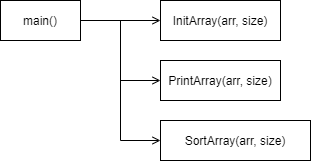
fhctyw/Lab6.3 keeps this draw.io diagram as Lab6.3.1/sturecture.png. Above is the earlier version. Source tidied: cells renumbered, new cells last; positions are measured from the earlier drawing's top-left corner, leaving out a move shared by most shapes. Its diagram source:
```xml
<mxGraphModel>
  <root>
    <mxCell id="0" />
    <mxCell id="1" parent="0" />
    <mxCell id="2" style="edgeStyle=orthogonalEdgeStyle;rounded=0;jettySize=auto;html=1;endArrow=open;endFill=0;" parent="1" edge="1" source="5" target="6">
      <mxGeometry relative="1" as="geometry" />
    </mxCell>
    <mxCell id="3" style="edgeStyle=orthogonalEdgeStyle;rounded=0;jettySize=auto;html=1;entryX=0;entryY=0.5;entryDx=0;entryDy=0;endArrow=open;endFill=0;" parent="1" edge="1" source="5" target="7">
      <mxGeometry relative="1" as="geometry" />
    </mxCell>
    <mxCell id="4" style="edgeStyle=orthogonalEdgeStyle;rounded=0;jettySize=auto;html=1;entryX=0;entryY=0.5;entryDx=0;entryDy=0;endArrow=open;endFill=0;" parent="1" edge="1" source="5" target="8">
      <mxGeometry relative="1" as="geometry" />
    </mxCell>
    <mxCell id="5" value="main()" style="rounded=0;whiteSpace=wrap;html=1;" parent="1" vertex="1">
      <mxGeometry width="80" height="40" as="geometry" />
    </mxCell>
    <mxCell id="6" value="InitArray(arr, size)" style="rounded=0;whiteSpace=wrap;html=1;" parent="1" vertex="1">
      <mxGeometry x="160" width="120" height="40" as="geometry" />
    </mxCell>
    <mxCell id="7" value="PrintArray(arr, size)" style="rounded=0;whiteSpace=wrap;html=1;" parent="1" vertex="1">
      <mxGeometry x="160" y="60" width="120" height="40" as="geometry" />
    </mxCell>
    <mxCell id="8" value="SortArray(arr, size)" style="rounded=0;whiteSpace=wrap;html=1;" parent="1" vertex="1">
      <mxGeometry x="160" y="120" width="150" height="40" as="geometry" />
    </mxCell>
  </root>
</mxGraphModel>
```
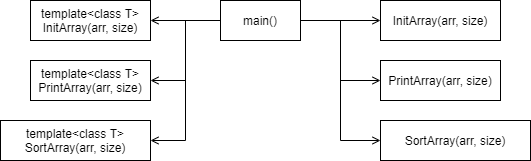
After the commit.

Diff of the diagram source:
```diff
@@ -11,6 +11,15 @@
     <mxCell id="4" style="edgeStyle=orthogonalEdgeStyle;rounded=0;jettySize=auto;html=1;entryX=0;entryY=0.5;entryDx=0;entryDy=0;endArrow=open;endFill=0;" parent="1" edge="1" source="5" target="8">
       <mxGeometry relative="1" as="geometry" />
     </mxCell>
+    <mxCell id="9" style="edgeStyle=orthogonalEdgeStyle;rounded=0;jettySize=auto;html=1;entryX=1;entryY=0.5;entryDx=0;entryDy=0;endArrow=open;endFill=0;" parent="1" edge="1" source="5" target="12">
+      <mxGeometry relative="1" as="geometry" />
+    </mxCell>
+    <mxCell id="10" style="edgeStyle=orthogonalEdgeStyle;rounded=0;jettySize=auto;html=1;entryX=1;entryY=0.5;entryDx=0;entryDy=0;endArrow=open;endFill=0;" parent="1" edge="1" source="5" target="13">
+      <mxGeometry relative="1" as="geometry" />
+    </mxCell>
+    <mxCell id="11" style="edgeStyle=orthogonalEdgeStyle;rounded=0;jettySize=auto;html=1;entryX=1;entryY=0.5;entryDx=0;entryDy=0;endArrow=open;endFill=0;" parent="1" edge="1" source="5" target="14">
+      <mxGeometry relative="1" as="geometry" />
+    </mxCell>
     <mxCell id="5" value="main()" style="rounded=0;whiteSpace=wrap;html=1;" parent="1" vertex="1">
       <mxGeometry width="80" height="40" as="geometry" />
     </mxCell>
@@ -23,5 +32,14 @@
     <mxCell id="8" value="SortArray(arr, size)" style="rounded=0;whiteSpace=wrap;html=1;" parent="1" vertex="1">
       <mxGeometry x="160" y="120" width="150" height="40" as="geometry" />
     </mxCell>
+    <mxCell id="12" value="template&amp;lt;class T&amp;gt;&lt;br&gt;InitArray(arr, size)" style="rounded=0;whiteSpace=wrap;html=1;" parent="1" vertex="1">
+      <mxGeometry x="-190" width="120" height="40" as="geometry" />
+    </mxCell>
+    <mxCell id="13" value="template&amp;lt;class T&amp;gt;&lt;br&gt;PrintArray(arr, size)" style="rounded=0;whiteSpace=wrap;html=1;" parent="1" vertex="1">
+      <mxGeometry x="-190" y="60" width="120" height="40" as="geometry" />
+    </mxCell>
+    <mxCell id="14" value="template&amp;lt;class T&amp;gt;&lt;br&gt;SortArray(arr, size)" style="rounded=0;whiteSpace=wrap;html=1;" parent="1" vertex="1">
+      <mxGeometry x="-220" y="120" width="150" height="40" as="geometry" />
+    </mxCell>
   </root>
 </mxGraphModel>
```
